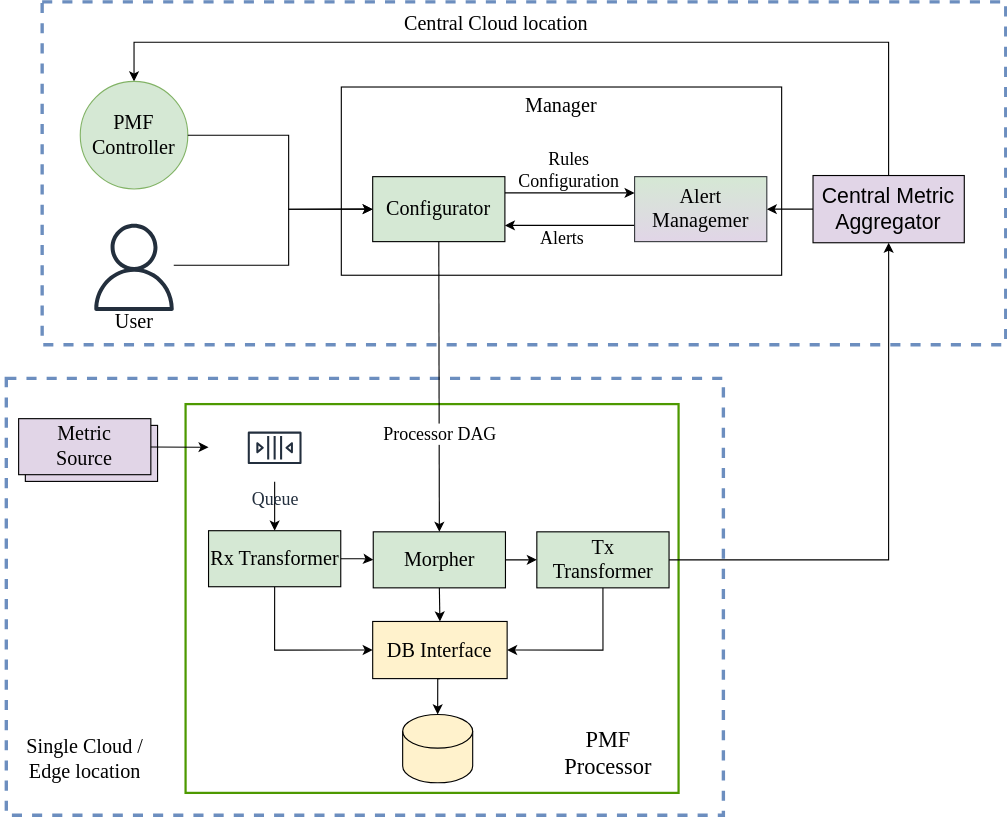
observ-vol-mgt/observ-vol-mgt keeps this draw.io diagram as docs/images/architecture.svg. Above is the earlier version. Source tidied: cells renumbered, new cells last; positions are measured from the earlier drawing's top-left corner, leaving out a move shared by most shapes.
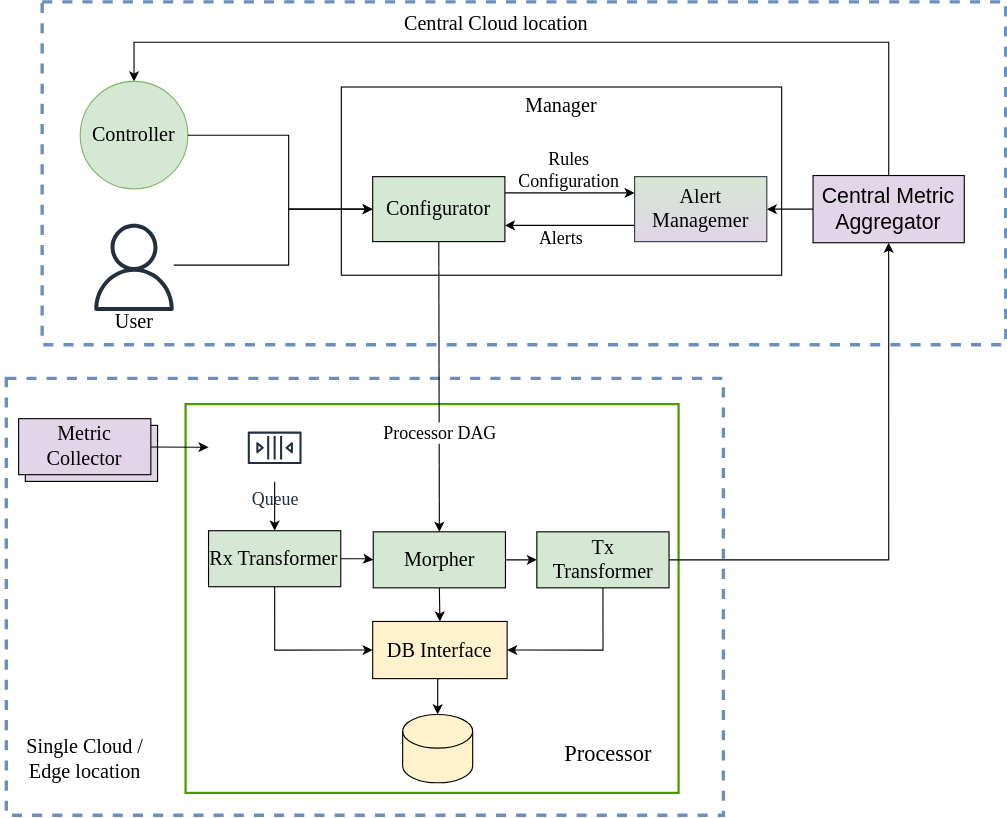
The same file after the commit.

Commit message:
Remove PMF from diagram (#20)

* remove PMF from diagram

* remove PMF from diagram

---------

Diff of the diagram source:
```diff
@@ -11,7 +11,7 @@
     <mxCell id="4" value="&lt;div style=&quot;font-size: 16px;&quot;&gt;Metric&lt;/div&gt;&lt;div style=&quot;font-size: 16px;&quot;&gt;Source&lt;br style=&quot;font-size: 16px;&quot;&gt;&lt;/div&gt;" style="rounded=0;whiteSpace=wrap;html=1;fillColor=#e1d5e7;strokeColor=#000000;fontSize=16;fontFamily=Verdana;" parent="1" vertex="1">
       <mxGeometry x="22" y="378" width="118" height="50" as="geometry" />
     </mxCell>
-    <mxCell id="5" value="&lt;div style=&quot;font-size: 18px;&quot;&gt;Metric&lt;/div&gt;&lt;div style=&quot;font-size: 18px;&quot;&gt;Source&lt;br style=&quot;font-size: 18px;&quot;&gt;&lt;/div&gt;" style="rounded=0;whiteSpace=wrap;html=1;fillColor=#e1d5e7;strokeColor=#000000;fontSize=18;fontFamily=Verdana;" parent="1" vertex="1">
+    <mxCell id="5" value="&lt;div style=&quot;font-size: 18px;&quot;&gt;Metric&lt;/div&gt;&lt;div style=&quot;font-size: 18px;&quot;&gt;Collector&lt;/div&gt;" style="rounded=0;whiteSpace=wrap;html=1;fillColor=#e1d5e7;strokeColor=#000000;fontSize=18;fontFamily=Verdana;" parent="1" vertex="1">
       <mxGeometry x="16" y="372" width="118" height="50" as="geometry" />
     </mxCell>
     <mxCell id="6" style="edgeStyle=orthogonalEdgeStyle;rounded=0;jettySize=auto;html=1;entryX=0.5;entryY=0;entryDx=0;entryDy=0;" parent="1" edge="1" source="7" target="22">
@@ -67,11 +67,11 @@
     <mxCell id="21" style="shape=cylinder3;whiteSpace=wrap;html=1;boundedLbl=1;backgroundOutline=1;size=15;fillColor=#fff2cc;strokeColor=#000000;fontSize=15;fontFamily=Verdana;" parent="1" vertex="1">
       <mxGeometry x="358.8" y="636" width="62.5" height="61" as="geometry" />
     </mxCell>
-    <mxCell id="22" value="&lt;div style=&quot;font-size: 18px;&quot;&gt;PMF&lt;/div&gt;&lt;div style=&quot;font-size: 18px;&quot;&gt;Controller&lt;br style=&quot;font-size: 18px;&quot;&gt;&lt;/div&gt;" style="ellipse;whiteSpace=wrap;html=1;fillColor=#d5e8d4;strokeColor=#82b366;fontSize=18;fontFamily=Verdana;" parent="1" vertex="1">
+    <mxCell id="22" value="&lt;div style=&quot;font-size: 18px;&quot;&gt;&lt;span style=&quot;background-color: initial;&quot;&gt;Controller&lt;/span&gt;&lt;/div&gt;" style="ellipse;whiteSpace=wrap;html=1;fillColor=#d5e8d4;strokeColor=#82b366;fontSize=18;fontFamily=Verdana;" parent="1" vertex="1">
       <mxGeometry x="71" y="71" width="96" height="96" as="geometry" />
     </mxCell>
-    <mxCell id="23" value="&lt;span style=&quot;font-size: 20px;&quot;&gt;&lt;font style=&quot;font-size: 20px;&quot;&gt;PMF&lt;br style=&quot;font-size: 20px;&quot;&gt;Processor&lt;br style=&quot;font-size: 20px;&quot;&gt;&lt;/font&gt;&lt;/span&gt;" style="text;html=1;align=center;verticalAlign=middle;strokeColor=none;fillColor=none;fontStyle=0;fontFamily=Verdana;fontSize=20;" parent="1" vertex="1">
-      <mxGeometry x="482" y="640" width="120" height="60" as="geometry" />
+    <mxCell id="23" value="&lt;span style=&quot;font-size: 20px;&quot;&gt;&lt;font style=&quot;font-size: 20px;&quot;&gt;Processor&lt;br style=&quot;font-size: 20px;&quot;&gt;&lt;/font&gt;&lt;/span&gt;" style="text;html=1;align=center;verticalAlign=middle;strokeColor=none;fillColor=none;fontStyle=0;fontFamily=Verdana;fontSize=20;" parent="1" vertex="1">
+      <mxGeometry x="482" y="650" width="120" height="40" as="geometry" />
     </mxCell>
     <mxCell id="24" value="&lt;div style=&quot;font-size: 18px;&quot;&gt;Single Cloud / &lt;br&gt;Edge&amp;nbsp;&lt;span style=&quot;background-color: initial;&quot;&gt;location&lt;/span&gt;&lt;/div&gt;" style="text;html=1;align=center;verticalAlign=middle;strokeColor=none;fillColor=none;fontSize=18;fontFamily=Verdana;" parent="1" vertex="1">
       <mxGeometry y="646" width="150" height="60" as="geometry" />
```
